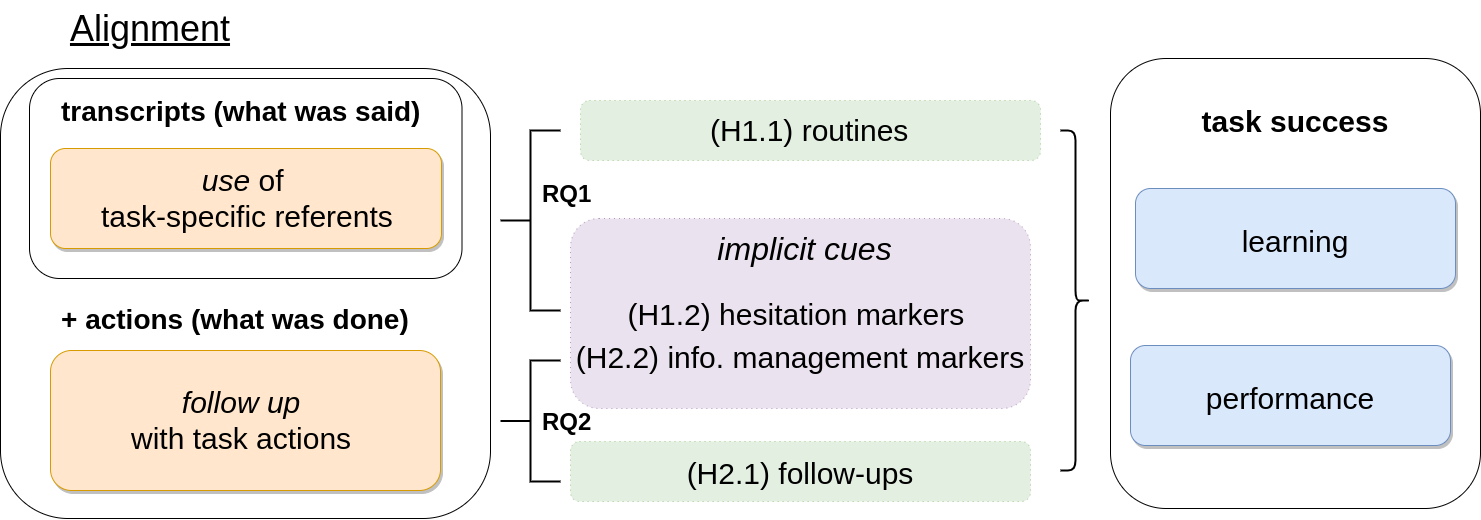
chili-epfl/justhink-alignment-analysis keeps this draw.io diagram as readme_resources/paper_structure.png. Above is the earlier version. Source tidied: cells renumbered, new cells last; positions are measured from the earlier drawing's top-left corner, leaving out a move shared by most shapes.
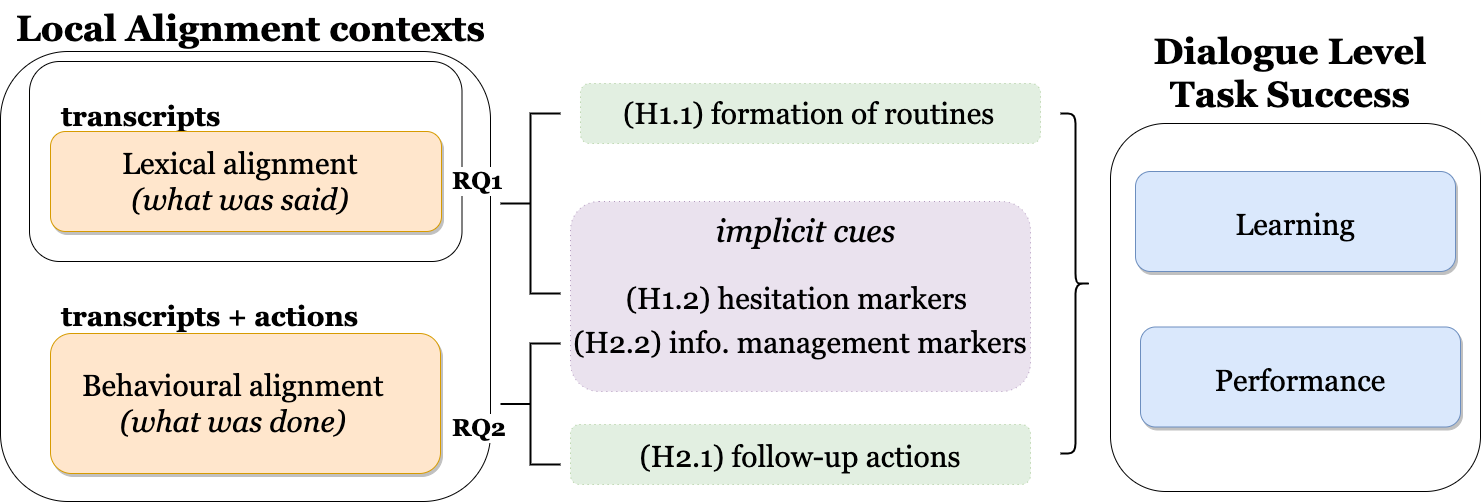
The same file after the commit.

Diff of the diagram source:
```diff
@@ -1,78 +1,81 @@
 <mxGraphModel>
   <root>
-    <mxCell id="0" />
-    <mxCell id="1" parent="0" />
+    <mxCell id="26" />
+    <mxCell id="27" parent="26" />
-    <mxCell id="2" style="rounded=1;shadow=0;fontStyle=0;fontSize=36;glass=0;sketch=0;noLabel=1;opacity=70;dashed=1;dashPattern=1 4;fillColor=#d5e8d4;strokeColor=#82b366;" parent="1" vertex="1">
+    <mxCell id="2" style="rounded=1;shadow=0;fontStyle=0;fontSize=36;glass=0;sketch=0;noLabel=1;opacity=70;dashed=1;dashPattern=1 4;fillColor=#d5e8d4;strokeColor=#82b366;" parent="27" vertex="1">
       <mxGeometry x="580" y="100" width="460" height="60" as="geometry" />
     </mxCell>
-    <mxCell id="3" style="rounded=1;shadow=0;fontStyle=0;fontSize=36;glass=0;sketch=0;noLabel=1;opacity=70;dashed=1;dashPattern=1 4;fillColor=#d5e8d4;strokeColor=#82b366;" parent="1" vertex="1">
+    <mxCell id="3" style="rounded=1;shadow=0;fontStyle=0;fontSize=36;glass=0;sketch=0;noLabel=1;opacity=70;dashed=1;dashPattern=1 4;fillColor=#d5e8d4;strokeColor=#82b366;" parent="27" vertex="1">
       <mxGeometry x="570" y="441" width="460" height="60" as="geometry" />
     </mxCell>
-    <mxCell id="4" style="rounded=1;shadow=0;fontStyle=0;fontSize=36;glass=0;sketch=0;noLabel=1;opacity=70;dashed=1;dashPattern=1 4;fillColor=#e1d5e7;strokeColor=#9673a6;" parent="1" vertex="1">
+    <mxCell id="4" style="rounded=1;shadow=0;fontStyle=0;fontSize=36;glass=0;sketch=0;noLabel=1;opacity=70;dashed=1;dashPattern=1 4;fillColor=#e1d5e7;strokeColor=#9673a6;" parent="27" vertex="1">
       <mxGeometry x="570" y="218" width="460" height="190" as="geometry" />
     </mxCell>
-    <mxCell id="5" value="&lt;font style=&quot;font-size: 30px&quot;&gt;&lt;font face=&quot;helvetica&quot; style=&quot;font-size: 30px&quot;&gt;&lt;span&gt;(H1.2) hesitation&amp;nbsp;&lt;/span&gt;&lt;/font&gt;&lt;span style=&quot;font-family: &amp;#34;helvetica&amp;#34;&quot;&gt;markers&lt;/span&gt;&lt;span style=&quot;font-family: &amp;#34;helvetica&amp;#34;&quot;&gt;&amp;nbsp;&lt;br&gt;&lt;/span&gt;&lt;span style=&quot;font-family: &amp;#34;helvetica&amp;#34;&quot;&gt;(H2.2)&amp;nbsp;&lt;/span&gt;&lt;font face=&quot;helvetica&quot; style=&quot;font-size: 30px&quot;&gt;&lt;span&gt;info. management&amp;nbsp;&lt;/span&gt;&lt;/font&gt;&lt;span style=&quot;font-family: &amp;#34;helvetica&amp;#34;&quot;&gt;markers&lt;/span&gt;&lt;br&gt;&lt;/font&gt;" style="text;whiteSpace=wrap;html=1;fontSize=36;labelBackgroundColor=none;align=center;verticalAlign=middle;" parent="1" vertex="1">
-      <mxGeometry x="540" y="285.5" width="520" height="94.5" as="geometry" />
+    <mxCell id="5" value="&lt;font style=&quot;font-size: 30px&quot;&gt;&lt;font face=&quot;Georgia&quot;&gt;&lt;font style=&quot;font-size: 30px&quot;&gt;(H1.2) hesitation&amp;nbsp;&lt;/font&gt;markers&amp;nbsp;&lt;br&gt;(H2.2)&amp;nbsp;&lt;font style=&quot;font-size: 30px&quot;&gt;&lt;span&gt;info. management&amp;nbsp;&lt;/span&gt;&lt;/font&gt;markers&lt;/font&gt;&lt;br&gt;&lt;/font&gt;" style="text;whiteSpace=wrap;html=1;fontSize=36;labelBackgroundColor=none;align=center;verticalAlign=middle;" parent="27" vertex="1">
+      <mxGeometry x="540" y="290" width="520" height="90" as="geometry" />
     </mxCell>
-    <mxCell id="6" style="rounded=1;whiteSpace=wrap;html=1;" parent="1" vertex="1">
+    <mxCell id="6" style="rounded=1;whiteSpace=wrap;html=1;" parent="27" vertex="1">
       <mxGeometry y="68" width="490" height="450" as="geometry" />
     </mxCell>
-    <mxCell id="7" style="rounded=1;whiteSpace=wrap;html=1;glass=0;" parent="1" vertex="1">
+    <mxCell id="7" style="rounded=1;whiteSpace=wrap;html=1;glass=0;" parent="27" vertex="1">
       <mxGeometry x="29" y="78" width="432.5" height="200" as="geometry" />
     </mxCell>
-    <mxCell id="8" value="&lt;div style=&quot;color: rgb(0 , 0 , 0) ; font-family: &amp;#34;helvetica&amp;#34; ; font-size: 12px ; font-style: normal ; font-weight: 400 ; letter-spacing: normal ; text-indent: 0px ; text-transform: none ; word-spacing: 0px ; text-align: left&quot;&gt;&lt;/div&gt;&lt;span style=&quot;color: rgb(0 , 0 , 0) ; font-family: &amp;#34;helvetica&amp;#34; ; font-style: normal ; letter-spacing: normal ; text-align: center ; text-indent: 0px ; text-transform: none ; word-spacing: 0px ; font-size: 28px ; font-weight: 700&quot;&gt;&lt;span style=&quot;background-color: rgb(255 , 255 , 255)&quot;&gt;+ actions (what was done)&lt;/span&gt;&lt;br&gt;&lt;/span&gt;" style="text;whiteSpace=wrap;html=1;" parent="1" vertex="1">
-      <mxGeometry x="59" y="296" width="400" height="70" as="geometry" />
-    </mxCell>
-    <mxCell id="9" value="&lt;div style=&quot;color: rgb(0 , 0 , 0) ; font-family: &amp;#34;helvetica&amp;#34; ; font-size: 12px ; font-style: normal ; font-weight: 400 ; letter-spacing: normal ; text-indent: 0px ; text-transform: none ; word-spacing: 0px ; text-align: left&quot;&gt;&lt;/div&gt;&lt;span style=&quot;color: rgb(0 , 0 , 0) ; font-family: &amp;#34;helvetica&amp;#34; ; font-style: normal ; letter-spacing: normal ; text-align: center ; text-indent: 0px ; text-transform: none ; word-spacing: 0px ; font-size: 28px ; font-weight: 700&quot;&gt;&lt;span style=&quot;background-color: rgb(255 , 255 , 255)&quot;&gt;transcripts (what was said)&lt;/span&gt;&lt;br&gt;&lt;/span&gt;" style="text;whiteSpace=wrap;html=1;" parent="1" vertex="1">
-      <mxGeometry x="59" y="88" width="400" height="70" as="geometry" />
-    </mxCell>
+    <mxCell id="28" value="&lt;div style=&quot;color: rgb(0 , 0 , 0) ; font-family: &amp;#34;helvetica&amp;#34; ; font-size: 12px ; font-style: normal ; font-weight: 400 ; letter-spacing: normal ; text-indent: 0px ; text-transform: none ; word-spacing: 0px ; text-align: left&quot;&gt;&lt;/div&gt;&lt;span style=&quot;font-family: &amp;#34;georgia&amp;#34; ; font-size: 28px ; font-weight: 700 ; text-align: center ; background-color: rgb(255 , 255 , 255)&quot;&gt;transcripts&amp;nbsp;&lt;/span&gt;&lt;span style=&quot;color: rgb(0 , 0 , 0) ; font-style: normal ; letter-spacing: normal ; text-align: center ; text-indent: 0px ; text-transform: none ; word-spacing: 0px ; font-size: 28px ; font-weight: 700&quot;&gt;&lt;span style=&quot;background-color: rgb(255 , 255 , 255)&quot;&gt;&lt;font face=&quot;Georgia&quot;&gt;+ actions&lt;/font&gt;&lt;/span&gt;&lt;br&gt;&lt;/span&gt;" style="text;whiteSpace=wrap;html=1;" parent="27" vertex="1">
+      <mxGeometry x="59" y="310" width="400" height="70" as="geometry" />
+    </mxCell>
+    <mxCell id="29" value="&lt;div style=&quot;color: rgb(0 , 0 , 0) ; font-family: &amp;#34;helvetica&amp;#34; ; font-size: 12px ; font-style: normal ; font-weight: 400 ; letter-spacing: normal ; text-indent: 0px ; text-transform: none ; word-spacing: 0px ; text-align: left&quot;&gt;&lt;/div&gt;&lt;span style=&quot;color: rgb(0 , 0 , 0) ; font-style: normal ; letter-spacing: normal ; text-align: center ; text-indent: 0px ; text-transform: none ; word-spacing: 0px ; font-size: 28px ; font-weight: 700&quot;&gt;&lt;span style=&quot;background-color: rgb(255 , 255 , 255)&quot;&gt;&lt;font face=&quot;Georgia&quot;&gt;transcripts&amp;nbsp;&lt;/font&gt;&lt;/span&gt;&lt;br&gt;&lt;/span&gt;" style="text;whiteSpace=wrap;html=1;" parent="27" vertex="1">
+      <mxGeometry x="59" y="110" width="400" height="70" as="geometry" />
+    </mxCell>
-    <mxCell id="10" style="rounded=1;fillColor=#ffe6cc;strokeColor=#d79b00;shadow=1;fontStyle=0;fontSize=30;" parent="1" vertex="1">
+    <mxCell id="10" style="rounded=1;fillColor=#ffe6cc;strokeColor=#d79b00;shadow=1;fontStyle=0;fontSize=30;" parent="27" vertex="1">
       <mxGeometry x="50" y="350" width="390" height="140" as="geometry" />
     </mxCell>
-    <mxCell id="11" value="&lt;font style=&quot;font-size: 30px&quot;&gt;&lt;b&gt;task success&lt;br&gt;&lt;br&gt;&lt;/b&gt;&lt;br&gt;&lt;br&gt;&lt;br&gt;&lt;br&gt;&lt;br&gt;&lt;br&gt;&lt;br&gt;&lt;br&gt;&lt;/font&gt;" style="rounded=1;whiteSpace=wrap;html=1;fontSize=24;" parent="1" vertex="1">
-      <mxGeometry x="1110" y="58" width="370" height="450" as="geometry" />
-    </mxCell>
-    <mxCell id="12" value="performance" style="rounded=1;fillColor=#dae8fc;strokeColor=#6c8ebf;shadow=1;fontStyle=0;fontSize=30;" parent="1" vertex="1">
-      <mxGeometry x="1130" y="345" width="320" height="100" as="geometry" />
-    </mxCell>
-    <mxCell id="13" value="learning" style="rounded=1;fillColor=#dae8fc;strokeColor=#6c8ebf;shadow=1;fontStyle=0;fontSize=30;" parent="1" vertex="1">
-      <mxGeometry x="1135" y="188" width="320" height="100" as="geometry" />
-    </mxCell>
+    <mxCell id="30" value="&lt;font style=&quot;font-size: 30px&quot;&gt;&lt;b&gt;&lt;br&gt;&lt;/b&gt;&lt;br&gt;&lt;br&gt;&lt;br&gt;&lt;br&gt;&lt;br&gt;&lt;br&gt;&lt;br&gt;&lt;br&gt;&lt;/font&gt;" style="rounded=1;whiteSpace=wrap;html=1;fontSize=24;" parent="27" vertex="1">
+      <mxGeometry x="1110" y="140" width="370" height="368" as="geometry" />
+    </mxCell>
+    <mxCell id="31" value="Performance" style="rounded=1;fillColor=#dae8fc;strokeColor=#6c8ebf;shadow=1;fontStyle=0;fontSize=30;fontFamily=Georgia;" parent="27" vertex="1">
+      <mxGeometry x="1140" y="343.5" width="320" height="100" as="geometry" />
+    </mxCell>
+    <mxCell id="32" value="Learning" style="rounded=1;fillColor=#dae8fc;strokeColor=#6c8ebf;shadow=1;fontStyle=0;fontSize=30;fontFamily=Georgia;" parent="27" vertex="1">
+      <mxGeometry x="1135" y="188" width="320" height="100" as="geometry" />
+    </mxCell>
-    <mxCell id="14" style="rounded=1;fillColor=#ffe6cc;strokeColor=#d79b00;shadow=1;fontStyle=0;fontSize=30;" parent="1" vertex="1">
+    <mxCell id="14" style="rounded=1;fillColor=#ffe6cc;strokeColor=#d79b00;shadow=1;fontStyle=0;fontSize=30;" parent="27" vertex="1">
       <mxGeometry x="50" y="148" width="391" height="100" as="geometry" />
     </mxCell>
-    <mxCell id="15" value="&lt;div&gt;&lt;font face=&quot;helvetica&quot;&gt;&lt;u&gt;Alignment&lt;/u&gt;&lt;/font&gt;&lt;/div&gt;" style="text;whiteSpace=wrap;html=1;fontSize=36;labelBackgroundColor=none;align=center;" parent="1" vertex="1">
-      <mxGeometry x="30" width="240" height="70" as="geometry" />
-    </mxCell>
-    <mxCell id="16" value="&lt;div style=&quot;font-size: 30px&quot;&gt;&lt;span style=&quot;font-family: &amp;#34;helvetica&amp;#34;&quot;&gt;&lt;font style=&quot;font-size: 30px&quot;&gt;&amp;nbsp;(H1.1)&amp;nbsp;&lt;/font&gt;&lt;/span&gt;&lt;span style=&quot;font-family: &amp;#34;helvetica&amp;#34;&quot;&gt;&lt;font style=&quot;font-size: 30px&quot;&gt;routines&lt;/font&gt;&lt;/span&gt;&lt;/div&gt;" style="text;whiteSpace=wrap;html=1;fontSize=36;labelBackgroundColor=none;align=center;verticalAlign=middle;" parent="1" vertex="1">
-      <mxGeometry x="585" y="100" width="440" height="60" as="geometry" />
-    </mxCell>
+    <mxCell id="33" value="&lt;div&gt;&lt;font face=&quot;Georgia&quot; style=&quot;font-size: 36px&quot;&gt;&lt;b&gt;Local Alignment contexts&lt;/b&gt;&lt;/font&gt;&lt;/div&gt;" style="text;whiteSpace=wrap;html=1;fontSize=36;labelBackgroundColor=none;align=center;" parent="27" vertex="1">
+      <mxGeometry y="17" width="501" height="70" as="geometry" />
+    </mxCell>
+    <mxCell id="34" value="&lt;div style=&quot;font-size: 30px&quot;&gt;&lt;font face=&quot;Georgia&quot;&gt;&lt;font style=&quot;font-size: 30px&quot;&gt;&amp;nbsp;(H1.1)&amp;nbsp;&lt;/font&gt;&lt;font style=&quot;font-size: 30px&quot;&gt;formation of routines&lt;/font&gt;&lt;/font&gt;&lt;/div&gt;" style="text;whiteSpace=wrap;html=1;fontSize=36;labelBackgroundColor=none;align=center;verticalAlign=middle;" parent="27" vertex="1">
+      <mxGeometry x="585" y="100" width="440" height="60" as="geometry" />
+    </mxCell>
-    <mxCell id="17" value="&lt;span style=&quot;color: rgb(0 , 0 , 0) ; font-family: &amp;#34;helvetica&amp;#34; ; font-size: 24px ; font-style: normal ; letter-spacing: normal ; text-align: left ; text-indent: 0px ; text-transform: none ; word-spacing: 0px ; display: inline ; float: none&quot;&gt;&lt;b&gt;RQ2&lt;/b&gt;&lt;/span&gt;" style="text;whiteSpace=wrap;html=1;fontSize=24;fontColor=none;labelBackgroundColor=#ffffff;verticalAlign=middle;" parent="1" vertex="1">
-      <mxGeometry x="540" y="396" width="90" height="50" as="geometry" />
+    <mxCell id="17" value="&lt;span style=&quot;color: rgb(0 , 0 , 0) ; font-size: 24px ; font-style: normal ; letter-spacing: normal ; text-align: left ; text-indent: 0px ; text-transform: none ; word-spacing: 0px ; display: inline ; float: none&quot;&gt;&lt;b&gt;&lt;font face=&quot;Georgia&quot;&gt;RQ2&lt;/font&gt;&lt;/b&gt;&lt;/span&gt;" style="text;whiteSpace=wrap;html=1;fontSize=24;fontColor=none;labelBackgroundColor=#ffffff;verticalAlign=middle;" parent="27" vertex="1">
+      <mxGeometry x="450" y="420" width="90" height="50" as="geometry" />
     </mxCell>
-    <mxCell id="18" value="&lt;span style=&quot;color: rgb(0 , 0 , 0) ; font-family: &amp;quot;helvetica&amp;quot; ; font-size: 24px ; font-style: normal ; letter-spacing: normal ; text-align: left ; text-indent: 0px ; text-transform: none ; word-spacing: 0px ; display: inline ; float: none&quot;&gt;&lt;b&gt;RQ1&lt;/b&gt;&lt;/span&gt;" style="text;whiteSpace=wrap;html=1;fontSize=24;fontColor=none;labelBackgroundColor=#ffffff;verticalAlign=middle;" parent="1" vertex="1">
-      <mxGeometry x="540" y="168" width="90" height="50" as="geometry" />
+    <mxCell id="18" value="&lt;span style=&quot;color: rgb(0 , 0 , 0) ; font-size: 24px ; font-style: normal ; letter-spacing: normal ; text-align: left ; text-indent: 0px ; text-transform: none ; word-spacing: 0px ; display: inline ; float: none&quot;&gt;&lt;b&gt;&lt;font face=&quot;Georgia&quot;&gt;RQ1&lt;/font&gt;&lt;/b&gt;&lt;/span&gt;" style="text;whiteSpace=wrap;html=1;fontSize=24;fontColor=none;labelBackgroundColor=#ffffff;verticalAlign=middle;" parent="27" vertex="1">
+      <mxGeometry x="450" y="173" width="90" height="50" as="geometry" />
     </mxCell>
-    <mxCell id="19" value="&lt;div&gt;&lt;font style=&quot;font-size: 30px&quot;&gt;(H2.1) follow-ups&lt;/font&gt;&lt;/div&gt;" style="text;whiteSpace=wrap;html=1;fontSize=36;labelBackgroundColor=none;align=center;verticalAlign=middle;" parent="1" vertex="1">
-      <mxGeometry x="580" y="443.5" width="440" height="55" as="geometry" />
-    </mxCell>
-    <mxCell id="20" value="&lt;div style=&quot;color: rgb(0 , 0 , 0) ; font-family: &amp;#34;helvetica&amp;#34; ; font-size: 12px ; font-style: normal ; font-weight: 400 ; letter-spacing: normal ; text-indent: 0px ; text-transform: none ; word-spacing: 0px ; text-align: left&quot;&gt;&lt;/div&gt;&lt;span style=&quot;font-size: 30px&quot;&gt;&lt;div style=&quot;text-align: center&quot;&gt;&lt;i&gt;use&lt;/i&gt;&lt;span&gt; of&amp;nbsp;&lt;/span&gt;&lt;/div&gt;&lt;/span&gt;&lt;span style=&quot;font-size: 30px&quot;&gt;&lt;div style=&quot;text-align: center&quot;&gt;&lt;span&gt;task-specific referents&lt;/span&gt;&lt;/div&gt;&lt;/span&gt;" style="text;whiteSpace=wrap;html=1;" parent="1" vertex="1">
-      <mxGeometry x="98.5" y="156" width="321" height="85" as="geometry" />
-    </mxCell>
-    <mxCell id="21" value="&lt;div style=&quot;color: rgb(0 , 0 , 0) ; font-family: &amp;#34;helvetica&amp;#34; ; font-size: 12px ; font-style: normal ; font-weight: 400 ; letter-spacing: normal ; text-indent: 0px ; text-transform: none ; word-spacing: 0px ; text-align: left&quot;&gt;&lt;/div&gt;&lt;span style=&quot;font-size: 30px&quot;&gt;&lt;div style=&quot;text-align: center&quot;&gt;&lt;span&gt;&lt;i&gt;follow up&lt;/i&gt;&lt;/span&gt;&lt;br style=&quot;padding: 0px ; margin: 0px&quot;&gt;&lt;span&gt;with task actions&lt;/span&gt;&lt;br&gt;&lt;/div&gt;&lt;/span&gt;" style="text;whiteSpace=wrap;html=1;" parent="1" vertex="1">
-      <mxGeometry x="129.2" y="377.5" width="241.5" height="85" as="geometry" />
-    </mxCell>
+    <mxCell id="35" value="&lt;div&gt;&lt;font style=&quot;font-size: 30px&quot; face=&quot;Georgia&quot;&gt;(H2.1) follow-up actions&lt;/font&gt;&lt;/div&gt;" style="text;whiteSpace=wrap;html=1;fontSize=36;labelBackgroundColor=none;align=center;verticalAlign=middle;" parent="27" vertex="1">
+      <mxGeometry x="580" y="443.5" width="440" height="55" as="geometry" />
+    </mxCell>
+    <mxCell id="36" value="&lt;div style=&quot;color: rgb(0 , 0 , 0) ; font-family: &amp;quot;helvetica&amp;quot; ; font-size: 12px ; font-style: normal ; font-weight: 400 ; letter-spacing: normal ; text-indent: 0px ; text-transform: none ; word-spacing: 0px ; text-align: left&quot;&gt;&lt;/div&gt;&lt;span style=&quot;font-size: 30px&quot;&gt;&lt;div style=&quot;text-align: center&quot;&gt;&lt;font face=&quot;Georgia&quot;&gt;Lexical alignment&lt;/font&gt;&lt;/div&gt;&lt;div style=&quot;text-align: center&quot;&gt;&lt;font face=&quot;Georgia&quot;&gt;&lt;i&gt;(what was said)&lt;/i&gt;&lt;/font&gt;&lt;/div&gt;&lt;/span&gt;" style="text;whiteSpace=wrap;html=1;" parent="27" vertex="1">
+      <mxGeometry x="120" y="155.5" width="260" height="85" as="geometry" />
+    </mxCell>
-    <mxCell id="22" value="&lt;div&gt;&lt;font face=&quot;helvetica&quot;&gt;&lt;span style=&quot;font-size: 32px&quot;&gt;&lt;i&gt;implicit cues&lt;/i&gt;&lt;/span&gt;&lt;/font&gt;&lt;/div&gt;" style="text;whiteSpace=wrap;html=1;labelBackgroundColor=none;align=center;verticalAlign=middle;" parent="1" vertex="1">
+    <mxCell id="22" value="&lt;div&gt;&lt;span style=&quot;font-size: 32px&quot;&gt;&lt;i&gt;&lt;font face=&quot;Georgia&quot;&gt;implicit cues&lt;/font&gt;&lt;/i&gt;&lt;/span&gt;&lt;/div&gt;" style="text;whiteSpace=wrap;html=1;labelBackgroundColor=none;align=center;verticalAlign=middle;" parent="27" vertex="1">
       <mxGeometry x="671.5" y="228" width="267" height="40" as="geometry" />
     </mxCell>
-    <mxCell id="23" style="strokeWidth=2;html=1;shape=mxgraph.flowchart.annotation_2;align=left;labelPosition=right;labelBackgroundColor=none;rotation=0;" parent="1" vertex="1">
+    <mxCell id="23" style="strokeWidth=2;html=1;shape=mxgraph.flowchart.annotation_2;align=left;labelPosition=right;labelBackgroundColor=none;rotation=0;" parent="27" vertex="1">
       <mxGeometry x="500" y="130" width="60" height="180" as="geometry" />
     </mxCell>
-    <mxCell id="24" style="strokeWidth=2;html=1;shape=mxgraph.flowchart.annotation_2;align=left;labelPosition=right;labelBackgroundColor=none;rotation=0;" parent="1" vertex="1">
+    <mxCell id="24" style="strokeWidth=2;html=1;shape=mxgraph.flowchart.annotation_2;align=left;labelPosition=right;labelBackgroundColor=none;rotation=0;" parent="27" vertex="1">
       <mxGeometry x="500" y="360" width="60" height="121" as="geometry" />
     </mxCell>
-    <mxCell id="25" style="shape=curlyBracket;whiteSpace=wrap;html=1;rounded=1;rotation=-180;strokeWidth=2;" parent="1" vertex="1">
+    <mxCell id="25" style="shape=curlyBracket;whiteSpace=wrap;html=1;rounded=1;rotation=-180;strokeWidth=2;" parent="27" vertex="1">
       <mxGeometry x="1060" y="130" width="30" height="340" as="geometry" />
     </mxCell>
+    <mxCell id="37" value="&lt;div style=&quot;color: rgb(0 , 0 , 0) ; font-family: &amp;#34;helvetica&amp;#34; ; font-size: 12px ; font-style: normal ; font-weight: 400 ; letter-spacing: normal ; text-indent: 0px ; text-transform: none ; word-spacing: 0px ; text-align: left&quot;&gt;&lt;/div&gt;&lt;span style=&quot;font-size: 30px&quot;&gt;&lt;div style=&quot;text-align: center&quot;&gt;&lt;font face=&quot;Georgia&quot;&gt;Behavioural&amp;nbsp;alignment&lt;/font&gt;&lt;/div&gt;&lt;div style=&quot;text-align: center&quot;&gt;&lt;font face=&quot;Georgia&quot;&gt;&lt;i&gt;(what was done)&lt;/i&gt;&lt;/font&gt;&lt;/div&gt;&lt;/span&gt;" style="text;whiteSpace=wrap;html=1;" parent="27" vertex="1">
+      <mxGeometry x="80" y="377.5" width="360" height="85" as="geometry" />
+    </mxCell>
+    <mxCell id="38" value="&lt;div&gt;&lt;font face=&quot;Georgia&quot; style=&quot;font-size: 36px&quot;&gt;&lt;b&gt;Dialogue Level Task Success&lt;/b&gt;&lt;/font&gt;&lt;/div&gt;" style="text;whiteSpace=wrap;html=1;fontSize=36;labelBackgroundColor=none;align=center;" parent="27" vertex="1">
+      <mxGeometry x="1110" y="40" width="360" height="70" as="geometry" />
+    </mxCell>
   </root>
 </mxGraphModel>
```
